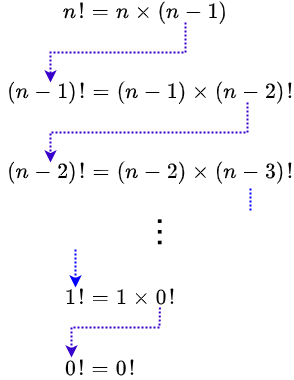
Above: fig/再帰.png in jkushida/prog2 (draw.io), before the change. Source tidied: cells renumbered, new cells last; positions are measured from the earlier drawing's top-left corner, leaving out a move shared by most shapes.
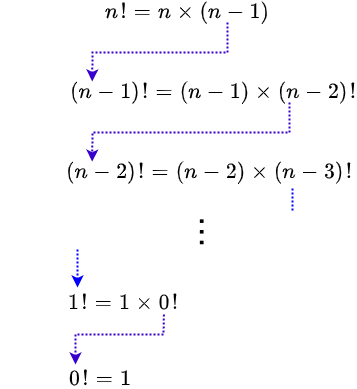
After the commit.

Change to the diagram source:
```diff
@@ -6,18 +6,18 @@
       <mxGeometry x="65" width="160" height="20" as="geometry" />
     </mxCell>
     <mxCell id="3" value="`(n-1)! = (n-1) \times (n-2)!`" style="text;html=1;strokeColor=none;fillColor=none;align=center;verticalAlign=middle;whiteSpace=wrap;rounded=0;fontSize=18;" parent="1" vertex="1">
-      <mxGeometry x="50" y="80" width="200" height="20" as="geometry" />
+      <mxGeometry x="29" y="80" width="284" height="20" as="geometry" />
     </mxCell>
     <mxCell id="4" value="`(n-2)! = (n-2) \times (n-3)!`" style="text;html=1;strokeColor=none;fillColor=none;align=center;verticalAlign=middle;whiteSpace=wrap;rounded=0;fontSize=18;" parent="1" vertex="1">
-      <mxGeometry x="50" y="160" width="200" height="20" as="geometry" />
+      <mxGeometry x="27" y="160" width="280" height="20" as="geometry" />
     </mxCell>
     <mxCell id="5" value="`1! = 1 \times 0&lt;br&gt;!`" style="text;html=1;strokeColor=none;fillColor=none;align=center;verticalAlign=middle;whiteSpace=wrap;rounded=0;fontSize=18;" parent="1" vertex="1">
-      <mxGeometry x="20" y="285" width="200" height="20" as="geometry" />
+      <mxGeometry x="-9" y="290" width="180" height="20" as="geometry" />
     </mxCell>
-    <mxCell id="6" value="`0! = 0&lt;br&gt;!`" style="text;html=1;strokeColor=none;fillColor=none;align=center;verticalAlign=middle;whiteSpace=wrap;rounded=0;fontSize=18;" parent="1" vertex="1">
-      <mxGeometry y="356" width="200" height="20" as="geometry" />
+    <mxCell id="6" value="`0! = 1`" style="text;html=1;strokeColor=none;fillColor=none;align=center;verticalAlign=middle;whiteSpace=wrap;rounded=0;fontSize=18;" parent="1" vertex="1">
+      <mxGeometry x="-42" y="366" width="200" height="20" as="geometry" />
     </mxCell>
-    <mxCell id="7" style="endArrow=classic;html=1;fontSize=18;fontColor=#000000;exitX=0.75;exitY=1;exitDx=0;exitDy=0;entryX=0;entryY=0;entryDx=0;entryDy=0;rounded=0;fillColor=#6a00ff;strokeColor=#3700CC;strokeWidth=2;dashed=1;dashPattern=1 1;" parent="1" edge="1" source="2" target="3">
+    <mxCell id="7" style="endArrow=classic;html=1;fontSize=18;fontColor=#000000;exitX=0.75;exitY=1;exitDx=0;exitDy=0;entryX=0.073;entryY=-0.052;entryDx=0;entryDy=0;rounded=0;fillColor=#6a00ff;strokeColor=#3700CC;strokeWidth=2;dashed=1;dashPattern=1 1;entryPerimeter=0;" parent="1" edge="1" source="2" target="3">
       <mxGeometry relative="1" as="geometry">
         <Array as="points">
           <mxPoint x="185" y="50" />
@@ -25,7 +25,7 @@
         </Array>
       </mxGeometry>
     </mxCell>
-    <mxCell id="8" style="endArrow=classic;html=1;fontSize=18;fontColor=#000000;entryX=0;entryY=0;entryDx=0;entryDy=0;rounded=0;fillColor=#6a00ff;strokeColor=#3700CC;strokeWidth=2;dashed=1;dashPattern=1 1;" parent="1" edge="1" target="4">
+    <mxCell id="8" style="endArrow=classic;html=1;fontSize=18;fontColor=#000000;rounded=0;fillColor=#6a00ff;strokeColor=#3700CC;strokeWidth=2;dashed=1;dashPattern=1 1;entryX=0.081;entryY=-0.044;entryDx=0;entryDy=0;entryPerimeter=0;" parent="1" edge="1" target="4">
       <mxGeometry relative="1" as="geometry">
         <mxPoint x="247" y="100" as="sourcePoint" />
         <Array as="points">
@@ -36,18 +36,18 @@
     </mxCell>
     <mxCell id="9" style="endArrow=classic;html=1;fontSize=18;fontColor=#000000;exitX=0.692;exitY=1.003;exitDx=0;exitDy=0;rounded=0;fillColor=#6a00ff;strokeColor=#3700CC;strokeWidth=2;dashed=1;dashPattern=1 1;exitPerimeter=0;" parent="1" edge="1">
       <mxGeometry relative="1" as="geometry">
-        <mxPoint x="159.4" y="305.1" as="sourcePoint" />
-        <mxPoint x="71" y="355" as="targetPoint" />
+        <mxPoint x="121.4" y="312.1" as="sourcePoint" />
+        <mxPoint x="33" y="362" as="targetPoint" />
         <Array as="points">
-          <mxPoint x="159" y="325" />
-          <mxPoint x="71" y="325" />
+          <mxPoint x="121" y="332" />
+          <mxPoint x="33" y="332" />
         </Array>
       </mxGeometry>
     </mxCell>
     <mxCell id="10" style="endArrow=classic;html=1;strokeWidth=2;strokeColor=#0000FF;dashed=1;dashPattern=1 1;" parent="1" edge="1">
       <mxGeometry relative="1" as="geometry">
-        <mxPoint x="75" y="247" as="sourcePoint" />
-        <mxPoint x="75" y="285" as="targetPoint" />
+        <mxPoint x="35" y="247" as="sourcePoint" />
+        <mxPoint x="35" y="285" as="targetPoint" />
       </mxGeometry>
     </mxCell>
     <mxCell id="11" style="endArrow=none;html=1;strokeWidth=2;strokeColor=#0000FF;dashed=1;dashPattern=1 1;endFill=0;" parent="1" edge="1">
```
